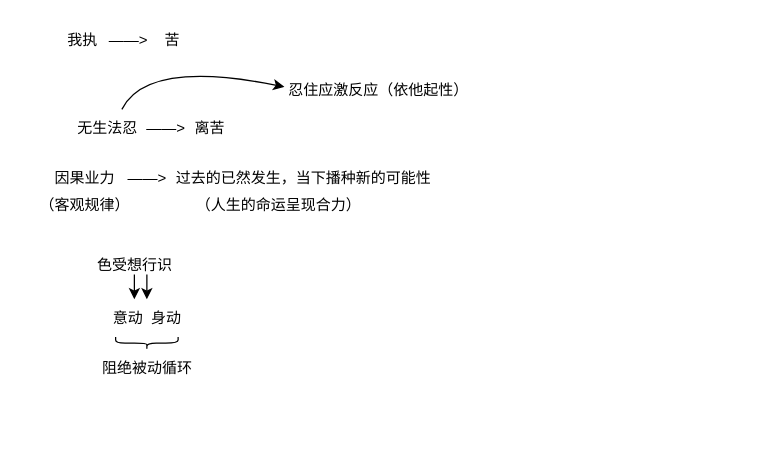
Earlier version of the draw.io diagram 参悟修行/长行老师理论总结.drawio (wcjlh/for-draw.io). Source tidied: cells renumbered, new cells numbered last; positions are measured from the earlier drawing's top-left corner, leaving out a move shared by most shapes. Both pictures are drawn from the tidied source at 125%, with x=0, y=0 at pixel (21, 21).
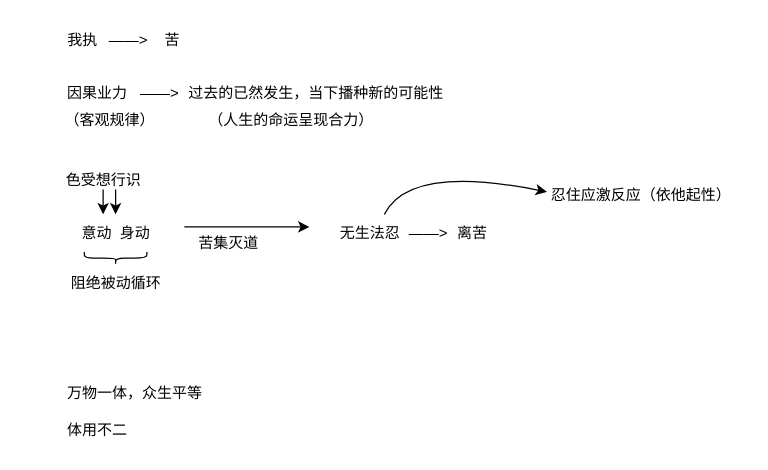
Above is the later version.

Commit message:
更新长行老师理论总结.drawio

The edit, as a diff of the source:
```diff
@@
     <mxCell id="5" value="无生法忍&amp;nbsp;" style="text;html=1;align=center;verticalAlign=middle;strokeColor=none;fillColor=none;" parent="1" vertex="1">
-      <mxGeometry x="35" y="70" width="70" height="30" as="geometry" />
+      <mxGeometry x="245" y="154" width="70" height="30" as="geometry" />
     </mxCell>
     <mxCell id="6" value="——&amp;gt;" style="text;html=1;align=center;verticalAlign=middle;strokeColor=none;fillColor=none;" parent="1" vertex="1">
-      <mxGeometry x="90" y="70" width="50" height="30" as="geometry" />
+      <mxGeometry x="300" y="154" width="50" height="30" as="geometry" />
     </mxCell>
     <mxCell id="7" value="离苦" style="text;html=1;align=center;verticalAlign=middle;strokeColor=none;fillColor=none;" parent="1" vertex="1">
-      <mxGeometry x="125" y="70" width="50" height="30" as="geometry" />
+      <mxGeometry x="335" y="154" width="50" height="30" as="geometry" />
     </mxCell>
@@
     <mxCell id="9" style="endArrow=classic;html=1;rounded=0;curved=1;" parent="1" edge="1">
       <mxGeometry relative="1" as="geometry">
-        <mxPoint x="80" y="70" as="sourcePoint" />
-        <mxPoint x="210" y="52" as="targetPoint" />
+        <mxPoint x="290" y="154" as="sourcePoint" />
+        <mxPoint x="420" y="136" as="targetPoint" />
         <Array as="points">
-          <mxPoint x="100" y="30" />
+          <mxPoint x="310" y="114" />
         </Array>
       </mxGeometry>
     </mxCell>
     <mxCell id="10" value="忍住应激反应（依他起性）" style="text;html=1;align=center;verticalAlign=middle;strokeColor=none;fillColor=none;" parent="1" vertex="1">
-      <mxGeometry x="200" y="40" width="170" height="30" as="geometry" />
+      <mxGeometry x="410" y="124" width="170" height="30" as="geometry" />
     </mxCell>
     <mxCell id="11" value="因果业力" style="text;html=1;align=center;verticalAlign=middle;strokeColor=none;fillColor=none;" parent="1" vertex="1">
-      <mxGeometry x="15" y="110" width="70" height="30" as="geometry" />
+      <mxGeometry x="25" y="42" width="70" height="30" as="geometry" />
     </mxCell>
     <mxCell id="12" value="——&amp;gt;" style="text;html=1;align=center;verticalAlign=middle;strokeColor=none;fillColor=none;" parent="1" vertex="1">
-      <mxGeometry x="75" y="110" width="50" height="30" as="geometry" />
+      <mxGeometry x="85" y="42" width="50" height="30" as="geometry" />
     </mxCell>
     <mxCell id="13" value="过去的已然发生，当下播种新的可能性" style="text;html=1;align=center;verticalAlign=middle;strokeColor=none;fillColor=none;" parent="1" vertex="1">
-      <mxGeometry x="110" y="110" width="230" height="30" as="geometry" />
+      <mxGeometry x="120" y="42" width="230" height="30" as="geometry" />
     </mxCell>
     <mxCell id="14" value="（客观规律）" style="text;html=1;align=center;verticalAlign=middle;strokeColor=none;fillColor=none;" parent="1" vertex="1">
-      <mxGeometry y="132" width="100" height="30" as="geometry" />
+      <mxGeometry x="20" y="64" width="100" height="30" as="geometry" />
     </mxCell>
     <mxCell id="15" value="（人生的命运呈现合力）" style="text;html=1;align=center;verticalAlign=middle;strokeColor=none;fillColor=none;" parent="1" vertex="1">
-      <mxGeometry x="125" y="132" width="160" height="30" as="geometry" />
+      <mxGeometry x="135" y="64" width="160" height="30" as="geometry" />
     </mxCell>
     <mxCell id="16" value="色受想行识" style="text;html=1;align=center;verticalAlign=middle;strokeColor=none;fillColor=none;" parent="1" vertex="1">
-      <mxGeometry x="50" y="180" width="80" height="30" as="geometry" />
+      <mxGeometry x="25" y="112" width="80" height="30" as="geometry" />
     </mxCell>
     <mxCell id="17" style="endArrow=classic;html=1;rounded=0;" parent="1" edge="1">
       <mxGeometry relative="1" as="geometry">
-        <mxPoint x="90" y="202" as="sourcePoint" />
-        <mxPoint x="90" y="222" as="targetPoint" />
+        <mxPoint x="65" y="134" as="sourcePoint" />
+        <mxPoint x="65" y="154" as="targetPoint" />
       </mxGeometry>
     </mxCell>
     <mxCell id="18" style="endArrow=classic;html=1;rounded=0;" parent="1" edge="1">
       <mxGeometry relative="1" as="geometry">
-        <mxPoint x="100" y="202" as="sourcePoint" />
-        <mxPoint x="100" y="222" as="targetPoint" />
+        <mxPoint x="75" y="134" as="sourcePoint" />
+        <mxPoint x="75" y="154" as="targetPoint" />
       </mxGeometry>
     </mxCell>
     <mxCell id="19" value="意动&amp;nbsp; 身动" style="text;html=1;align=center;verticalAlign=middle;strokeColor=none;fillColor=none;" parent="1" vertex="1">
-      <mxGeometry x="60" y="222" width="80" height="30" as="geometry" />
+      <mxGeometry x="35" y="154" width="80" height="30" as="geometry" />
     </mxCell>
     <mxCell id="20" style="shape=curlyBracket;whiteSpace=wrap;html=1;rounded=1;flipH=1;labelPosition=right;verticalLabelPosition=middle;align=left;verticalAlign=middle;direction=north;" parent="1" vertex="1">
-      <mxGeometry x="75" y="252" width="50" height="10" as="geometry" />
+      <mxGeometry x="50" y="184" width="50" height="10" as="geometry" />
     </mxCell>
     <mxCell id="21" value="阻绝被动循环" style="text;html=1;align=center;verticalAlign=middle;strokeColor=none;fillColor=none;" parent="1" vertex="1">
-      <mxGeometry x="50" y="262" width="100" height="30" as="geometry" />
+      <mxGeometry x="25" y="194" width="100" height="30" as="geometry" />
     </mxCell>
+    <mxCell id="22" style="edgeStyle=none;orthogonalLoop=1;jettySize=auto;html=1;rounded=0;" parent="1" edge="1">
+      <mxGeometry relative="1" as="geometry">
+        <mxPoint x="130" y="164" as="sourcePoint" />
+        <mxPoint x="230" y="164" as="targetPoint" />
+      </mxGeometry>
+    </mxCell>
+    <mxCell id="23" value="苦集灭道" style="text;html=1;align=center;verticalAlign=middle;strokeColor=none;fillColor=none;" parent="1" vertex="1">
+      <mxGeometry x="130" y="162" width="70" height="30" as="geometry" />
+    </mxCell>
+    <mxCell id="24" value="万物一体，众生平等" style="text;html=1;align=center;verticalAlign=middle;strokeColor=none;fillColor=none;" parent="1" vertex="1">
+      <mxGeometry x="25" y="282" width="130" height="30" as="geometry" />
+    </mxCell>
+    <mxCell id="25" value="体用不二" style="text;html=1;align=center;verticalAlign=middle;strokeColor=none;fillColor=none;" parent="1" vertex="1">
+      <mxGeometry x="25" y="312" width="70" height="30" as="geometry" />
+    </mxCell>
```
